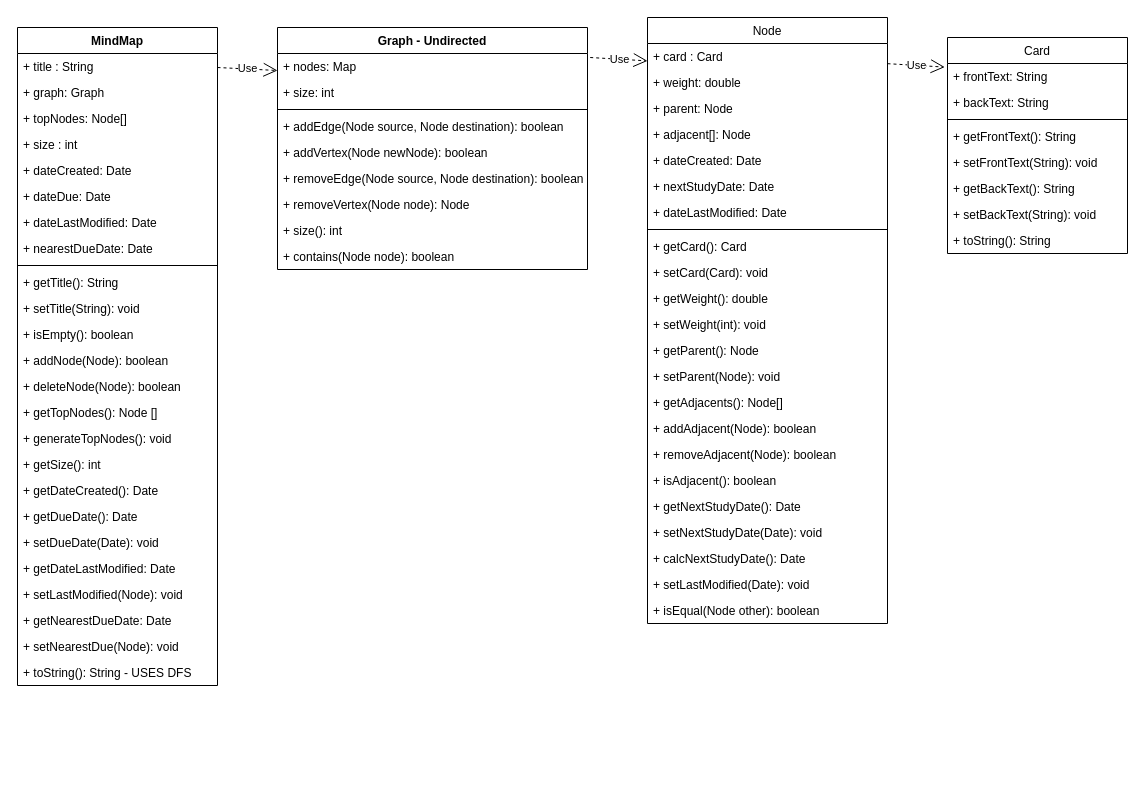
kylehackett99/HourWork keeps this draw.io diagram as UML_Diagrams/class/MindMap_Object_Classes.drawio. Above is the earlier version. Source tidied: cells renumbered, new cells numbered last; positions are measured from the earlier drawing's top-left corner, leaving out a move shared by most shapes. Both pictures are drawn from the tidied source at 100%, with x=0, y=0 at pixel (17, 17).
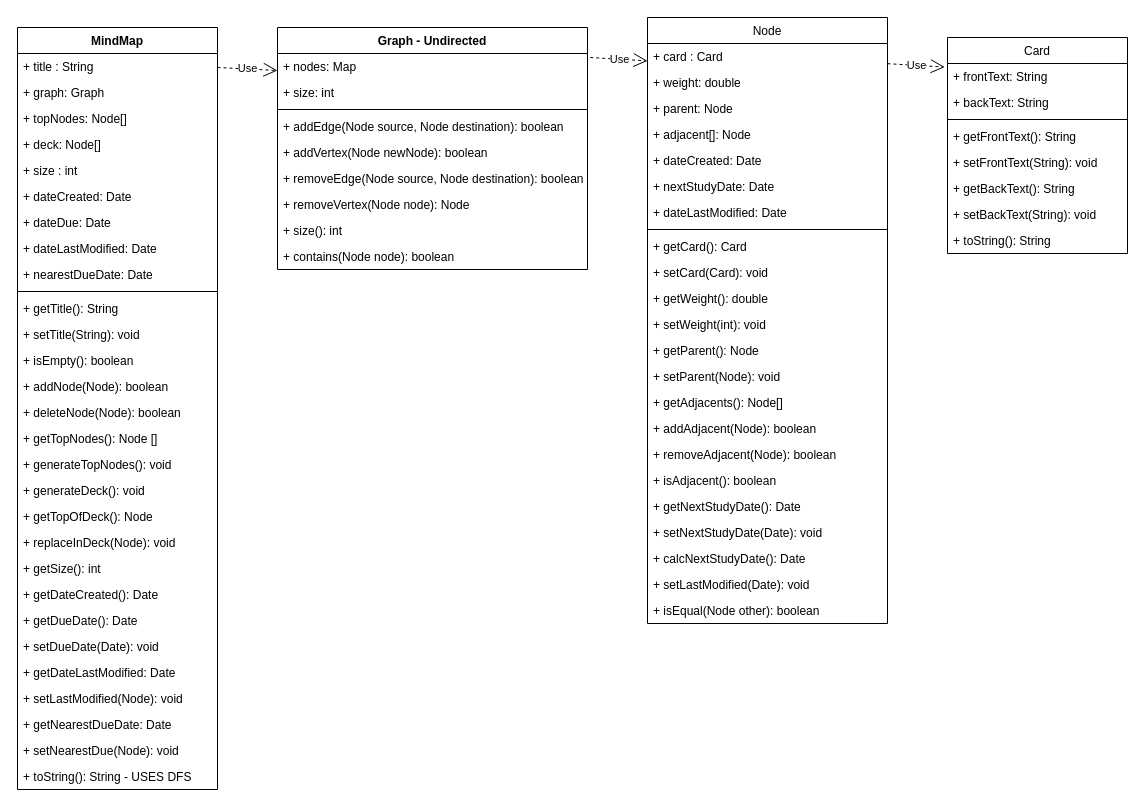
The same diagram, later.

Change to the diagram source:
```diff
@@
     <mxCell id="36" value="MindMap" style="swimlane;fontStyle=1;align=center;verticalAlign=top;horizontal=1;startSize=26;" parent="1" vertex="1">
-      <mxGeometry y="10" width="200" height="658" as="geometry" />
+      <mxGeometry y="10" width="200" height="762" as="geometry" />
     </mxCell>
@@
+    <mxCell id="74" value="+ deck: Node[]" style="text;strokeColor=none;fillColor=none;align=left;verticalAlign=top;spacingLeft=4;spacingRight=4;overflow=hidden;" parent="36" vertex="1">
+      <mxGeometry y="104" width="200" height="26" as="geometry" />
+    </mxCell>
     <mxCell id="40" value="+ size : int" style="text;strokeColor=none;fillColor=none;align=left;verticalAlign=top;spacingLeft=4;spacingRight=4;overflow=hidden;" parent="36" vertex="1">
-      <mxGeometry y="104" width="200" height="26" as="geometry" />
+      <mxGeometry y="130" width="200" height="26" as="geometry" />
     </mxCell>
     <mxCell id="41" value="+ dateCreated: Date" style="text;strokeColor=none;fillColor=none;align=left;verticalAlign=top;spacingLeft=4;spacingRight=4;overflow=hidden;" parent="36" vertex="1">
-      <mxGeometry y="130" width="200" height="26" as="geometry" />
+      <mxGeometry y="156" width="200" height="26" as="geometry" />
     </mxCell>
     <mxCell id="42" value="+ dateDue: Date" style="text;strokeColor=none;fillColor=none;align=left;verticalAlign=top;spacingLeft=4;spacingRight=4;overflow=hidden;" parent="36" vertex="1">
-      <mxGeometry y="156" width="200" height="26" as="geometry" />
+      <mxGeometry y="182" width="200" height="26" as="geometry" />
     </mxCell>
     <mxCell id="43" value="+ dateLastModified: Date" style="text;strokeColor=none;fillColor=none;align=left;verticalAlign=top;spacingLeft=4;spacingRight=4;overflow=hidden;" parent="36" vertex="1">
-      <mxGeometry y="182" width="200" height="26" as="geometry" />
+      <mxGeometry y="208" width="200" height="26" as="geometry" />
     </mxCell>
     <mxCell id="44" value="+ nearestDueDate: Date" style="text;strokeColor=none;fillColor=none;align=left;verticalAlign=top;spacingLeft=4;spacingRight=4;overflow=hidden;" parent="36" vertex="1">
-      <mxGeometry y="208" width="200" height="26" as="geometry" />
+      <mxGeometry y="234" width="200" height="26" as="geometry" />
     </mxCell>
     <mxCell id="45" style="line;strokeWidth=1;fillColor=none;align=left;verticalAlign=middle;spacingTop=-1;spacingLeft=3;spacingRight=3;labelPosition=right;" parent="36" vertex="1">
-      <mxGeometry y="234" width="200" height="8" as="geometry" />
+      <mxGeometry y="260" width="200" height="8" as="geometry" />
     </mxCell>
     <mxCell id="46" value="+ getTitle(): String" style="text;strokeColor=none;fillColor=none;align=left;verticalAlign=top;spacingLeft=4;spacingRight=4;overflow=hidden;" parent="36" vertex="1">
-      <mxGeometry y="242" width="200" height="26" as="geometry" />
+      <mxGeometry y="268" width="200" height="26" as="geometry" />
     </mxCell>
     <mxCell id="47" value="+ setTitle(String): void" style="text;strokeColor=none;fillColor=none;align=left;verticalAlign=top;spacingLeft=4;spacingRight=4;overflow=hidden;" parent="36" vertex="1">
-      <mxGeometry y="268" width="200" height="26" as="geometry" />
+      <mxGeometry y="294" width="200" height="26" as="geometry" />
     </mxCell>
     <mxCell id="48" value="+ isEmpty(): boolean" style="text;strokeColor=none;fillColor=none;align=left;verticalAlign=top;spacingLeft=4;spacingRight=4;overflow=hidden;" parent="36" vertex="1">
-      <mxGeometry y="294" width="200" height="26" as="geometry" />
+      <mxGeometry y="320" width="200" height="26" as="geometry" />
     </mxCell>
     <mxCell id="49" value="+ addNode(Node): boolean" style="text;strokeColor=none;fillColor=none;align=left;verticalAlign=top;spacingLeft=4;spacingRight=4;overflow=hidden;" parent="36" vertex="1">
-      <mxGeometry y="320" width="200" height="26" as="geometry" />
+      <mxGeometry y="346" width="200" height="26" as="geometry" />
     </mxCell>
     <mxCell id="50" value="+ deleteNode(Node): boolean" style="text;strokeColor=none;fillColor=none;align=left;verticalAlign=top;spacingLeft=4;spacingRight=4;overflow=hidden;" parent="36" vertex="1">
-      <mxGeometry y="346" width="200" height="26" as="geometry" />
+      <mxGeometry y="372" width="200" height="26" as="geometry" />
     </mxCell>
     <mxCell id="51" value="+ getTopNodes(): Node []" style="text;strokeColor=none;fillColor=none;align=left;verticalAlign=top;spacingLeft=4;spacingRight=4;overflow=hidden;" parent="36" vertex="1">
-      <mxGeometry y="372" width="200" height="26" as="geometry" />
+      <mxGeometry y="398" width="200" height="26" as="geometry" />
     </mxCell>
     <mxCell id="52" value="+ generateTopNodes(): void" style="text;strokeColor=none;fillColor=none;align=left;verticalAlign=top;spacingLeft=4;spacingRight=4;overflow=hidden;" parent="36" vertex="1">
-      <mxGeometry y="398" width="200" height="26" as="geometry" />
+      <mxGeometry y="424" width="200" height="26" as="geometry" />
     </mxCell>
+    <mxCell id="75" value="+ generateDeck(): void" style="text;strokeColor=none;fillColor=none;align=left;verticalAlign=top;spacingLeft=4;spacingRight=4;overflow=hidden;" parent="36" vertex="1">
+      <mxGeometry y="450" width="200" height="26" as="geometry" />
+    </mxCell>
+    <mxCell id="76" value="+ getTopOfDeck(): Node" style="text;strokeColor=none;fillColor=none;align=left;verticalAlign=top;spacingLeft=4;spacingRight=4;overflow=hidden;" parent="36" vertex="1">
+      <mxGeometry y="476" width="200" height="26" as="geometry" />
+    </mxCell>
+    <mxCell id="77" value="+ replaceInDeck(Node): void" style="text;strokeColor=none;fillColor=none;align=left;verticalAlign=top;spacingLeft=4;spacingRight=4;overflow=hidden;" parent="36" vertex="1">
+      <mxGeometry y="502" width="200" height="26" as="geometry" />
+    </mxCell>
     <mxCell id="53" value="+ getSize(): int" style="text;strokeColor=none;fillColor=none;align=left;verticalAlign=top;spacingLeft=4;spacingRight=4;overflow=hidden;" parent="36" vertex="1">
-      <mxGeometry y="424" width="200" height="26" as="geometry" />
+      <mxGeometry y="528" width="200" height="26" as="geometry" />
     </mxCell>
     <mxCell id="54" value="+ getDateCreated(): Date" style="text;strokeColor=none;fillColor=none;align=left;verticalAlign=top;spacingLeft=4;spacingRight=4;overflow=hidden;" parent="36" vertex="1">
-      <mxGeometry y="450" width="200" height="26" as="geometry" />
+      <mxGeometry y="554" width="200" height="26" as="geometry" />
     </mxCell>
     <mxCell id="55" value="+ getDueDate(): Date" style="text;strokeColor=none;fillColor=none;align=left;verticalAlign=top;spacingLeft=4;spacingRight=4;overflow=hidden;" parent="36" vertex="1">
-      <mxGeometry y="476" width="200" height="26" as="geometry" />
+      <mxGeometry y="580" width="200" height="26" as="geometry" />
     </mxCell>
     <mxCell id="56" value="+ setDueDate(Date): void" style="text;strokeColor=none;fillColor=none;align=left;verticalAlign=top;spacingLeft=4;spacingRight=4;overflow=hidden;" parent="36" vertex="1">
-      <mxGeometry y="502" width="200" height="26" as="geometry" />
+      <mxGeometry y="606" width="200" height="26" as="geometry" />
     </mxCell>
     <mxCell id="57" value="+ getDateLastModified: Date" style="text;strokeColor=none;fillColor=none;align=left;verticalAlign=top;spacingLeft=4;spacingRight=4;overflow=hidden;" parent="36" vertex="1">
-      <mxGeometry y="528" width="200" height="26" as="geometry" />
+      <mxGeometry y="632" width="200" height="26" as="geometry" />
     </mxCell>
     <mxCell id="58" value="+ setLastModified(Node): void" style="text;strokeColor=none;fillColor=none;align=left;verticalAlign=top;spacingLeft=4;spacingRight=4;overflow=hidden;" parent="36" vertex="1">
-      <mxGeometry y="554" width="200" height="26" as="geometry" />
+      <mxGeometry y="658" width="200" height="26" as="geometry" />
     </mxCell>
     <mxCell id="59" value="+ getNearestDueDate: Date" style="text;strokeColor=none;fillColor=none;align=left;verticalAlign=top;spacingLeft=4;spacingRight=4;overflow=hidden;" parent="36" vertex="1">
-      <mxGeometry y="580" width="200" height="26" as="geometry" />
+      <mxGeometry y="684" width="200" height="26" as="geometry" />
     </mxCell>
     <mxCell id="60" value="+ setNearestDue(Node): void" style="text;strokeColor=none;fillColor=none;align=left;verticalAlign=top;spacingLeft=4;spacingRight=4;overflow=hidden;" parent="36" vertex="1">
-      <mxGeometry y="606" width="200" height="26" as="geometry" />
+      <mxGeometry y="710" width="200" height="26" as="geometry" />
     </mxCell>
     <mxCell id="61" value="+ toString(): String - USES DFS" style="text;strokeColor=none;fillColor=none;align=left;verticalAlign=top;spacingLeft=4;spacingRight=4;overflow=hidden;" parent="36" vertex="1">
-      <mxGeometry y="632" width="200" height="26" as="geometry" />
+      <mxGeometry y="736" width="200" height="26" as="geometry" />
     </mxCell>
```
